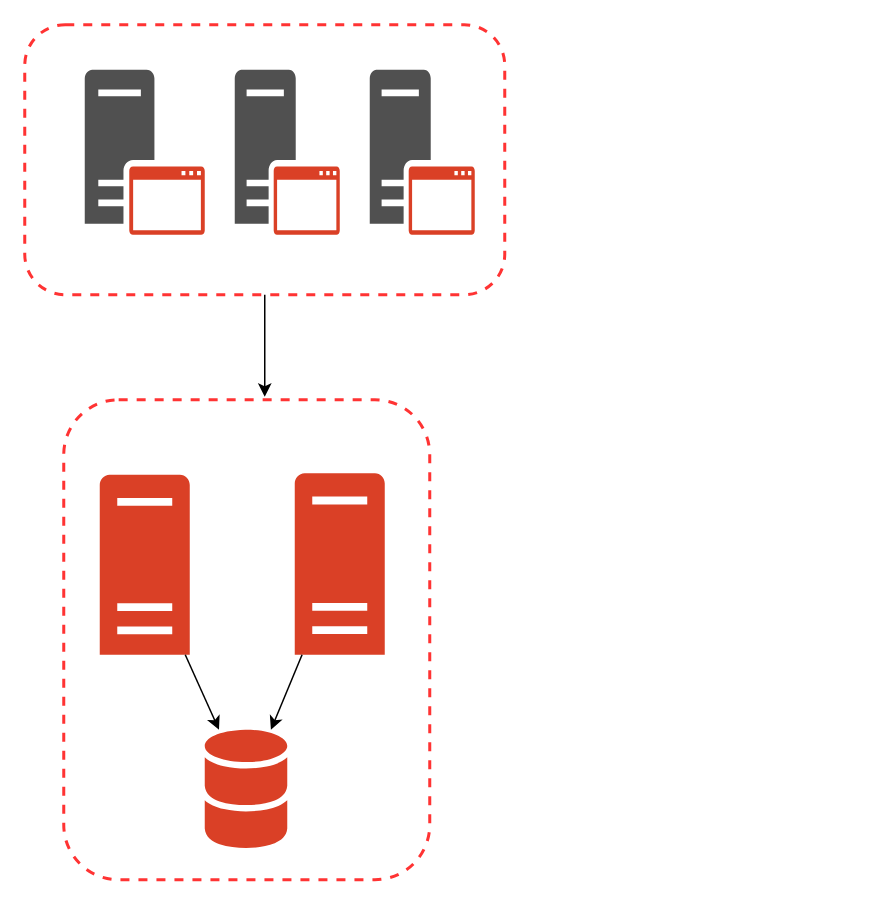
Earlier version of the draw.io diagram Untitled Diagram.drawio (sahirys/test-repo). Source tidied: cells renumbered, new cells numbered last; positions are measured from the earlier drawing's top-left corner, leaving out a move shared by most shapes. Both pictures are drawn from the tidied source at 150%, with x=0, y=0 at pixel (24, 24).
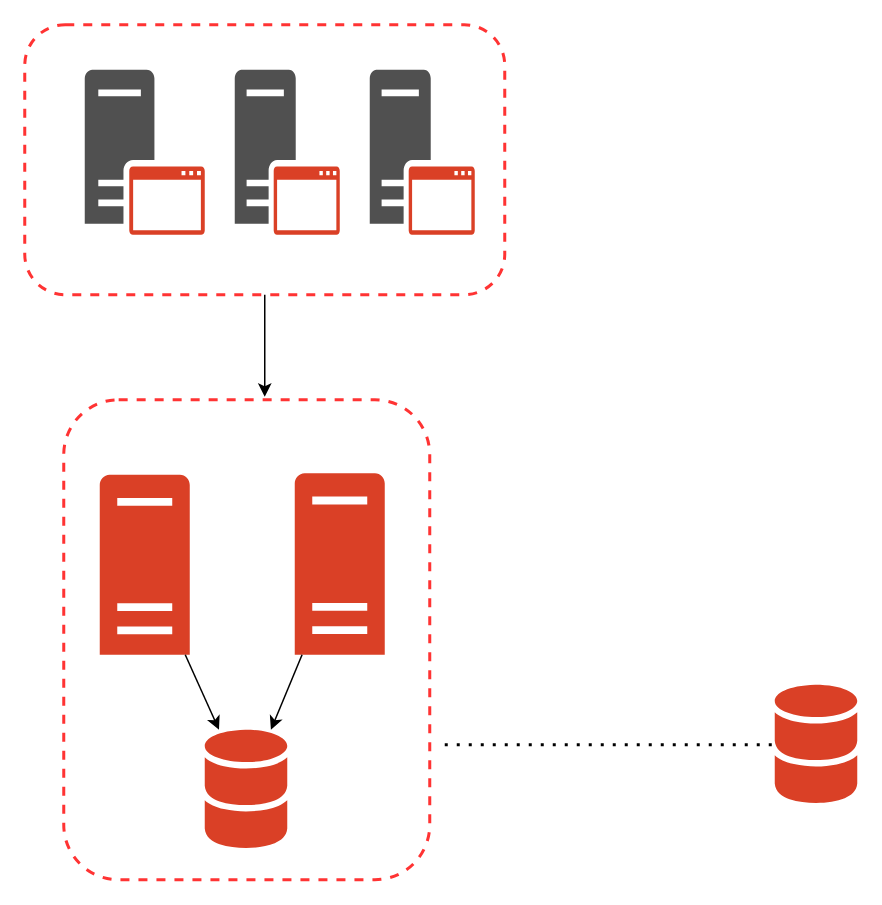
The same diagram, later.

What changed in the source:
```diff
@@
 <mxGraphModel>
   <root>
     <mxCell id="0" />
     <mxCell id="1" parent="0" />
     <mxCell id="2" style="rounded=1;whiteSpace=wrap;html=1;dashed=1;strokeWidth=2;strokeColor=#FF3333;" parent="1" vertex="1">
       <mxGeometry x="26" y="250" width="244" height="320" as="geometry" />
     </mxCell>
     <mxCell id="3" style="rounded=1;whiteSpace=wrap;html=1;dashed=1;strokeWidth=2;strokeColor=#FF3333;" parent="1" vertex="1">
       <mxGeometry width="320" height="180" as="geometry" />
     </mxCell>
     <mxCell id="4" style="shadow=0;dashed=0;html=1;strokeColor=none;labelPosition=center;verticalLabelPosition=bottom;verticalAlign=top;outlineConnect=0;align=center;shape=mxgraph.office.databases.database_mini_2;fillColor=#DA4026;" parent="1" vertex="1">
       <mxGeometry x="120" y="470" width="55" height="80" as="geometry" />
     </mxCell>
     <mxCell id="5" style="shadow=0;dashed=0;html=1;strokeColor=none;fillColor=#505050;labelPosition=center;verticalLabelPosition=bottom;verticalAlign=top;align=center;shape=mxgraph.office.servers.application_server_orange;" parent="1" vertex="1">
       <mxGeometry x="40" y="30" width="80" height="110" as="geometry" />
     </mxCell>
     <mxCell id="6" style="shadow=0;dashed=0;html=1;strokeColor=none;fillColor=#505050;labelPosition=center;verticalLabelPosition=bottom;verticalAlign=top;align=center;shape=mxgraph.office.servers.application_server_orange;" parent="1" vertex="1">
       <mxGeometry x="230" y="30" width="70" height="110" as="geometry" />
     </mxCell>
     <mxCell id="7" style="shadow=0;dashed=0;html=1;strokeColor=none;fillColor=#505050;labelPosition=center;verticalLabelPosition=bottom;verticalAlign=top;align=center;shape=mxgraph.office.servers.application_server_orange;" parent="1" vertex="1">
       <mxGeometry x="140" y="30" width="70" height="110" as="geometry" />
     </mxCell>
     <mxCell id="8" style="shadow=0;dashed=0;html=1;strokeColor=none;labelPosition=center;verticalLabelPosition=bottom;verticalAlign=top;outlineConnect=0;align=center;shape=mxgraph.office.servers.server_generic;fillColor=#DA4026;" parent="1" vertex="1">
       <mxGeometry x="180" y="299" width="60" height="121" as="geometry" />
     </mxCell>
     <mxCell id="9" style="shadow=0;dashed=0;html=1;strokeColor=none;labelPosition=center;verticalLabelPosition=bottom;verticalAlign=top;outlineConnect=0;align=center;shape=mxgraph.office.servers.server_generic;fillColor=#DA4026;" parent="1" vertex="1">
       <mxGeometry x="50" y="300" width="60" height="120" as="geometry" />
     </mxCell>
     <mxCell id="10" style="endArrow=classic;html=1;" parent="1" edge="1" source="9" target="4">
       <mxGeometry relative="1" as="geometry" />
     </mxCell>
     <mxCell id="11" style="endArrow=classic;html=1;" parent="1" edge="1" source="8" target="4">
       <mxGeometry relative="1" as="geometry" />
     </mxCell>
     <mxCell id="12" style="endArrow=classic;html=1;exitX=0.5;exitY=1;exitDx=0;exitDy=0;" parent="1" edge="1" source="3">
       <mxGeometry relative="1" as="geometry">
         <mxPoint x="160" y="248" as="targetPoint" />
       </mxGeometry>
     </mxCell>
+    <mxCell id="13" style="endArrow=none;dashed=1;html=1;dashPattern=1 3;strokeWidth=2;" parent="1" edge="1">
+      <mxGeometry relative="1" as="geometry">
+        <mxPoint x="280" y="480" as="sourcePoint" />
+        <mxPoint x="500" y="480" as="targetPoint" />
+      </mxGeometry>
+    </mxCell>
+    <mxCell id="14" style="shadow=0;dashed=0;html=1;strokeColor=none;labelPosition=center;verticalLabelPosition=bottom;verticalAlign=top;align=center;shape=mxgraph.office.databases.database_mini_2;fillColor=#DA4026;" parent="1" vertex="1">
+      <mxGeometry x="500" y="440" width="55" height="80" as="geometry" />
+    </mxCell>
   </root>
 </mxGraphModel>
```
